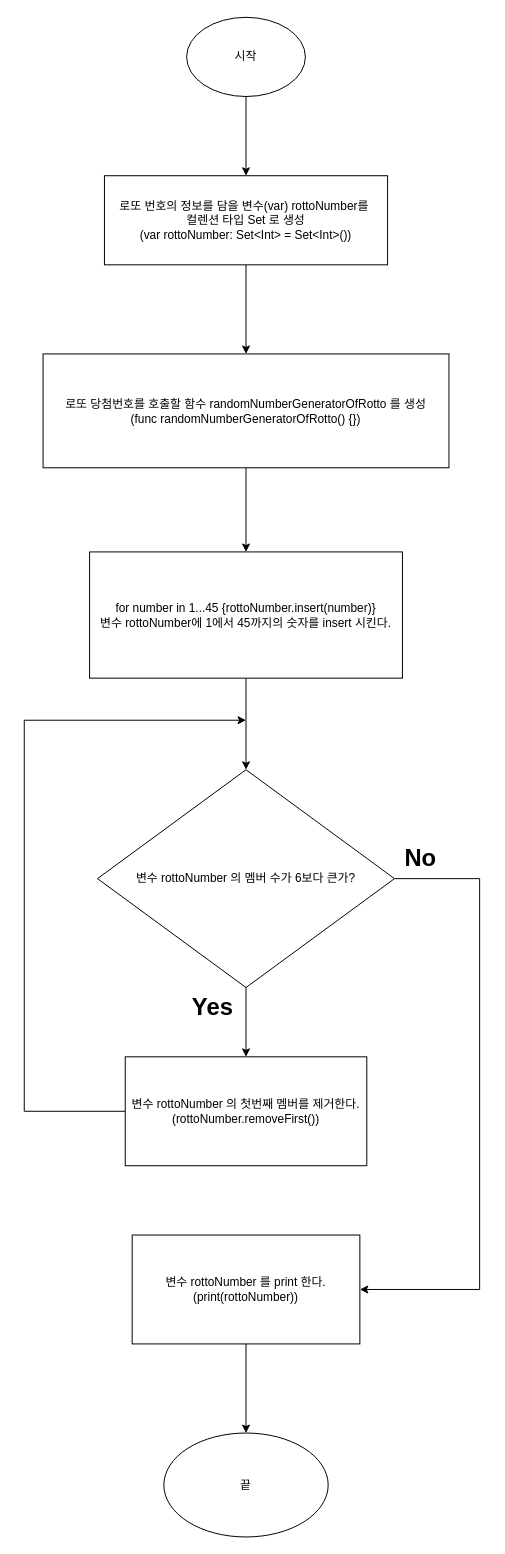
Above: lottoNumberGenerator.drawio in yumin43/swift-starter-Round2 (draw.io), before the change. Source tidied: cells renumbered, new cells numbered last; positions are measured from the earlier drawing's top-left corner, leaving out a move shared by most shapes. Both pictures are drawn from the tidied source at 99%, with x=0, y=0 at pixel (24, 17).
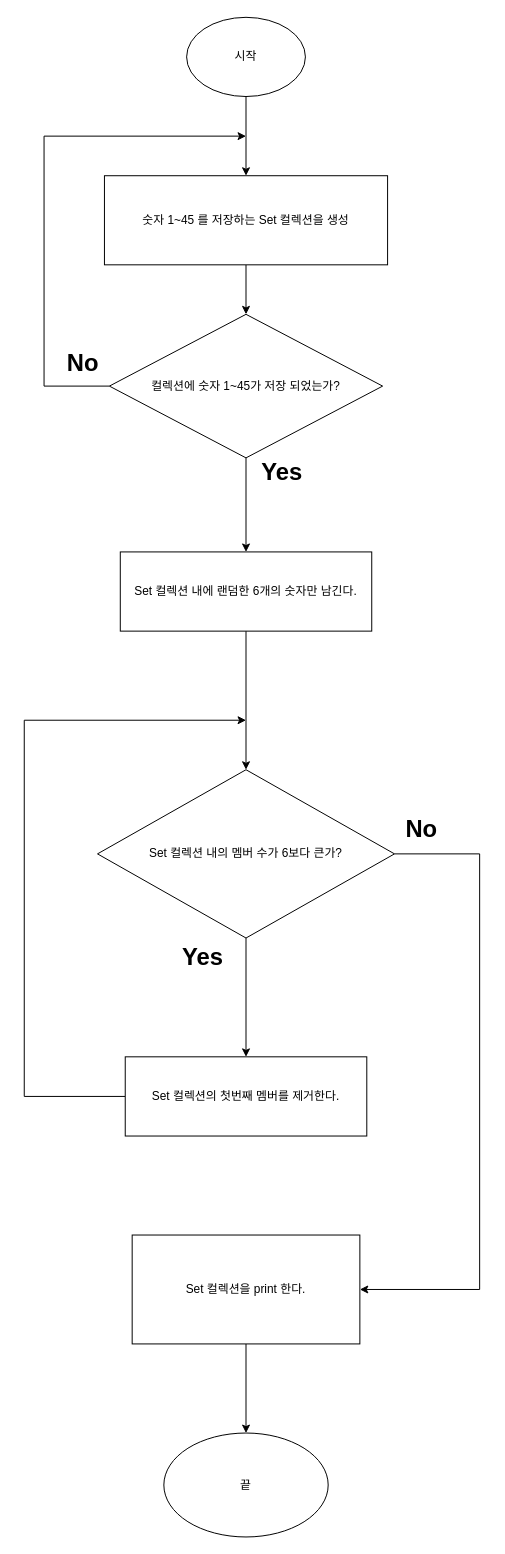
Above is the later version.

Commit message:
[Round 2/Step 1] - Crois_R01

Diff of the diagram source:
```diff
@@
-    <mxCell id="4" style="edgeStyle=orthogonalEdgeStyle;rounded=0;jettySize=auto;html=1;" parent="1" edge="1" source="5" target="7">
-      <mxGeometry relative="1" as="geometry" />
-    </mxCell>
+    <mxCell id="20" style="edgeStyle=orthogonalEdgeStyle;rounded=0;jettySize=auto;html=1;" parent="1" edge="1" source="5" target="23">
+      <mxGeometry relative="1" as="geometry" />
+    </mxCell>
-    <mxCell id="5" value="로또 번호의 정보를 담을 변수(var) rottoNumber를&amp;nbsp;&lt;div&gt;컬렌션 타입 Set 로 생성&lt;/div&gt;&lt;div&gt;(var rottoNumber: Set&amp;lt;Int&amp;gt; = Set&amp;lt;Int&amp;gt;())&lt;/div&gt;" style="whiteSpace=wrap;html=1;" parent="1" vertex="1">
+    <mxCell id="5" value="숫자 1~45 를 저장하는 Set 컬렉션을 생성" style="whiteSpace=wrap;html=1;" parent="1" vertex="1">
       <mxGeometry x="81" y="160" width="286" height="90" as="geometry" />
     </mxCell>
-    <mxCell id="6" style="edgeStyle=orthogonalEdgeStyle;rounded=0;jettySize=auto;html=1;" parent="1" edge="1" source="7" target="9">
-      <mxGeometry relative="1" as="geometry" />
-    </mxCell>
-    <mxCell id="7" value="로또 당첨번호를 호출할 함수 randomNumberGeneratorOfRotto 를 생성&lt;div&gt;(func randomNumberGeneratorOfRotto() {})&lt;/div&gt;" style="whiteSpace=wrap;html=1;" parent="1" vertex="1">
-      <mxGeometry x="19" y="340" width="410" height="115" as="geometry" />
-    </mxCell>
@@
-    <mxCell id="9" value="&lt;div&gt;&lt;span style=&quot;background-color: initial;&quot;&gt;for number in 1...45 {&lt;/span&gt;&lt;span style=&quot;background-color: initial;&quot;&gt;rottoNumber.insert(number)&lt;/span&gt;&lt;span style=&quot;background-color: initial;&quot;&gt;}&lt;/span&gt;&lt;/div&gt;&lt;div&gt;변수 rottoNumber에 1에서 45까지의 숫자를 insert 시킨다.&lt;/div&gt;" style="whiteSpace=wrap;html=1;" parent="1" vertex="1">
-      <mxGeometry x="66" y="540" width="316" height="127.5" as="geometry" />
+    <mxCell id="9" value="Set 컬렉션 내에 랜덤한 6개의 숫자만 남긴다." style="whiteSpace=wrap;html=1;" parent="1" vertex="1">
+      <mxGeometry x="97" y="540" width="254" height="80" as="geometry" />
     </mxCell>
@@
     <mxCell id="11" style="edgeStyle=orthogonalEdgeStyle;rounded=0;jettySize=auto;html=1;exitX=1;exitY=0.5;exitDx=0;exitDy=0;entryX=1;entryY=0.5;entryDx=0;entryDy=0;" parent="1" edge="1" source="12" target="17">
       <mxGeometry relative="1" as="geometry">
         <Array as="points">
-          <mxPoint x="460" y="870" />
+          <mxPoint x="460" y="845" />
           <mxPoint x="460" y="1285" />
         </Array>
       </mxGeometry>
     </mxCell>
-    <mxCell id="12" value="변수 rottoNumber 의 멤버 수가 6보다 큰가?" style="rhombus;whiteSpace=wrap;html=1;" parent="1" vertex="1">
-      <mxGeometry x="74" y="760" width="300" height="220" as="geometry" />
+    <mxCell id="12" value="Set 컬렉션 내의 멤버 수가 6보다 큰가?" style="rhombus;whiteSpace=wrap;html=1;" parent="1" vertex="1">
+      <mxGeometry x="74" y="760" width="300" height="170" as="geometry" />
     </mxCell>
     <mxCell id="13" style="edgeStyle=orthogonalEdgeStyle;rounded=0;jettySize=auto;html=1;exitX=0;exitY=0.5;exitDx=0;exitDy=0;" parent="1" edge="1" source="14">
       <mxGeometry relative="1" as="geometry">
         <mxPoint x="224" y="710" as="targetPoint" />
         <Array as="points">
-          <mxPoint y="1105" />
+          <mxPoint y="1090" />
           <mxPoint y="710" />
         </Array>
       </mxGeometry>
     </mxCell>
-    <mxCell id="14" value="변수 rottoNumber 의 첫번째 멤버를 제거한다.&lt;div&gt;(rottoNumber.removeFirst())&lt;/div&gt;" style="whiteSpace=wrap;html=1;" parent="1" vertex="1">
-      <mxGeometry x="102" y="1050" width="244" height="110" as="geometry" />
+    <mxCell id="14" value="Set 컬렉션의 첫번째 멤버를 제거한다." style="whiteSpace=wrap;html=1;" parent="1" vertex="1">
+      <mxGeometry x="102" y="1050" width="244" height="80" as="geometry" />
     </mxCell>
     <mxCell id="15" value="Yes" style="text;strokeColor=none;fillColor=none;html=1;fontSize=24;fontStyle=1;verticalAlign=middle;align=center;" parent="1" vertex="1">
-      <mxGeometry x="140" y="980" width="100" height="40" as="geometry" />
+      <mxGeometry x="130" y="930" width="100" height="40" as="geometry" />
     </mxCell>
@@
-    <mxCell id="17" value="변수 rottoNumber 를 print 한다.&lt;div&gt;(print(rottoNumber))&lt;/div&gt;" style="rounded=0;whiteSpace=wrap;html=1;" parent="1" vertex="1">
+    <mxCell id="17" value="Set 컬렉션을 print 한다." style="rounded=0;whiteSpace=wrap;html=1;" parent="1" vertex="1">
       <mxGeometry x="109" y="1230" width="230" height="110" as="geometry" />
     </mxCell>
     <mxCell id="18" value="No" style="text;strokeColor=none;fillColor=none;html=1;fontSize=24;fontStyle=1;verticalAlign=middle;align=center;" parent="1" vertex="1">
-      <mxGeometry x="350" y="830" width="100" height="40" as="geometry" />
+      <mxGeometry x="351" y="800" width="100" height="40" as="geometry" />
     </mxCell>
@@
+    <mxCell id="21" style="edgeStyle=orthogonalEdgeStyle;rounded=0;jettySize=auto;html=1;exitX=0.5;exitY=1;exitDx=0;exitDy=0;entryX=0.5;entryY=0;entryDx=0;entryDy=0;" parent="1" edge="1" source="23" target="9">
+      <mxGeometry relative="1" as="geometry" />
+    </mxCell>
+    <mxCell id="22" style="edgeStyle=orthogonalEdgeStyle;rounded=0;jettySize=auto;html=1;exitX=0;exitY=0.5;exitDx=0;exitDy=0;" parent="1" edge="1" source="23">
+      <mxGeometry relative="1" as="geometry">
+        <mxPoint x="224" y="120" as="targetPoint" />
+        <Array as="points">
+          <mxPoint x="20" y="373" />
+          <mxPoint x="20" y="120" />
+        </Array>
+      </mxGeometry>
+    </mxCell>
+    <mxCell id="23" value="컬렉션에 숫자 1~45가 저장 되었는가?" style="rhombus;whiteSpace=wrap;html=1;" parent="1" vertex="1">
+      <mxGeometry x="86" y="300" width="276" height="145" as="geometry" />
+    </mxCell>
+    <mxCell id="24" value="No" style="text;strokeColor=none;fillColor=none;html=1;fontSize=24;fontStyle=1;verticalAlign=middle;align=center;" parent="1" vertex="1">
+      <mxGeometry x="9" y="330" width="100" height="40" as="geometry" />
+    </mxCell>
+    <mxCell id="25" value="Yes" style="text;strokeColor=none;fillColor=none;html=1;fontSize=24;fontStyle=1;verticalAlign=middle;align=center;" parent="1" vertex="1">
+      <mxGeometry x="210" y="440" width="100" height="40" as="geometry" />
+    </mxCell>
```
